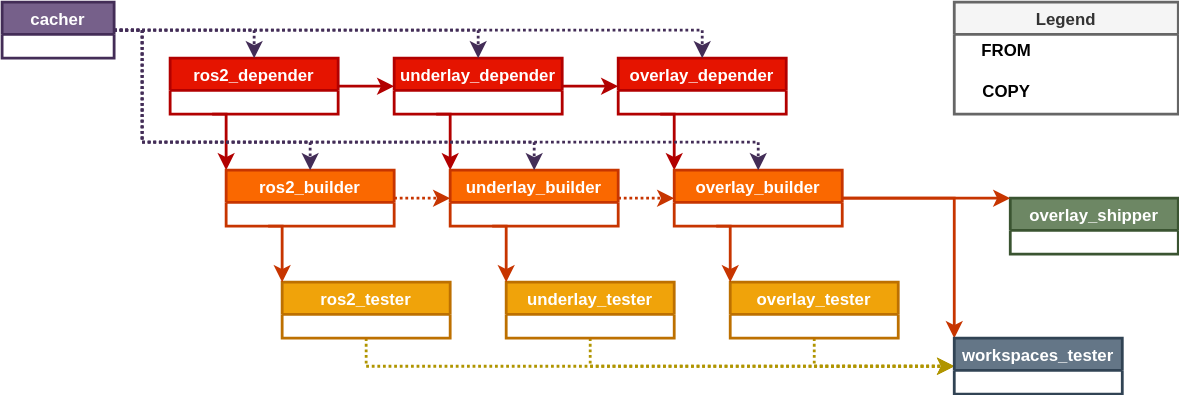
Above: doc/continuous_integration/figs/multistage.svg in ros-navigation/navigation2 (draw.io), before the change. Source tidied: cells renumbered, new cells last; positions are measured from the earlier drawing's top-left corner, leaving out a move shared by most shapes.
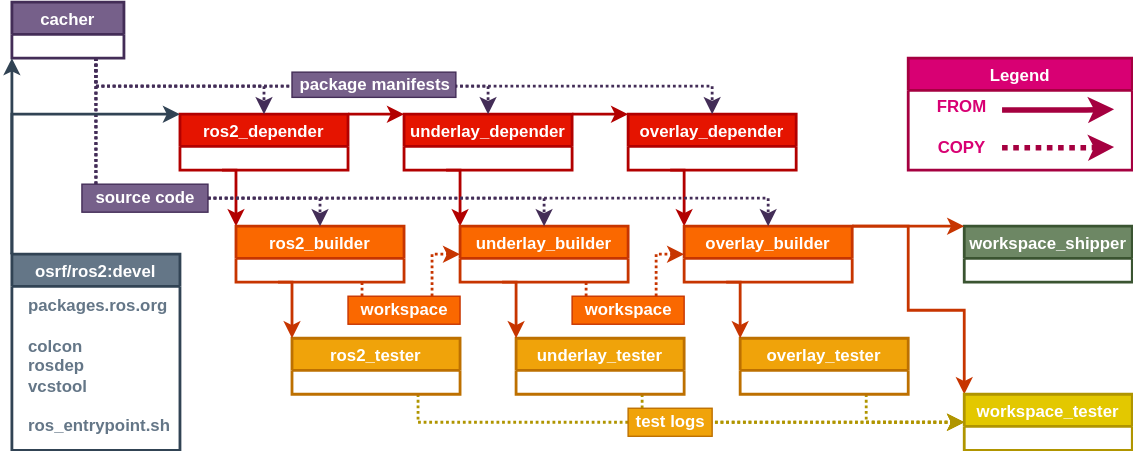
After the change.

Commit message:
Annotate multistage figure

Change to the diagram source:
```diff
@@ -3,13 +3,13 @@
     <mxCell id="0" />
     <mxCell id="1" parent="0" />
     <mxCell id="2" value="cacher" style="swimlane;strokeColor=#432D57;fillColor=#76608a;fontColor=#ffffff;strokeWidth=2;" parent="1" vertex="1">
-      <mxGeometry width="80" height="40" as="geometry" />
+      <mxGeometry y="-40" width="80" height="40" as="geometry" />
     </mxCell>
-    <mxCell id="3" style="edgeStyle=orthogonalEdgeStyle;rounded=0;jettySize=auto;html=1;exitX=1;exitY=0.5;exitDx=0;exitDy=0;fillColor=#e51400;strokeColor=#B20000;entryX=0;entryY=0.5;entryDx=0;entryDy=0;strokeWidth=2;" parent="1" edge="1" source="5" target="8">
+    <mxCell id="3" style="edgeStyle=orthogonalEdgeStyle;rounded=0;jettySize=auto;html=1;exitX=1;exitY=0;exitDx=0;exitDy=0;fillColor=#e51400;strokeColor=#B20000;entryX=0;entryY=0;entryDx=0;entryDy=0;strokeWidth=2;" parent="1" edge="1" source="5" target="8">
       <mxGeometry relative="1" as="geometry">
         <Array as="points">
-          <mxPoint x="280" y="60" />
-          <mxPoint x="280" y="60" />
+          <mxPoint x="260" y="40" />
+          <mxPoint x="260" y="40" />
         </Array>
       </mxGeometry>
     </mxCell>
@@ -23,8 +23,13 @@
     <mxCell id="5" value="ros2_depender" style="swimlane;strokeColor=#B20000;fillColor=#e51400;fontColor=#ffffff;strokeWidth=2;" parent="1" vertex="1">
       <mxGeometry x="120" y="40" width="120" height="40" as="geometry" />
     </mxCell>
-    <mxCell id="6" style="edgeStyle=orthogonalEdgeStyle;rounded=0;jettySize=auto;html=1;exitX=1;exitY=0.5;exitDx=0;exitDy=0;fillColor=#e51400;strokeColor=#B20000;strokeWidth=2;entryX=0;entryY=0.5;entryDx=0;entryDy=0;" parent="1" edge="1" source="8" target="10">
-      <mxGeometry relative="1" as="geometry" />
+    <mxCell id="6" style="edgeStyle=orthogonalEdgeStyle;rounded=0;jettySize=auto;html=1;exitX=1;exitY=0;exitDx=0;exitDy=0;fillColor=#e51400;strokeColor=#B20000;strokeWidth=2;entryX=0;entryY=0;entryDx=0;entryDy=0;" parent="1" edge="1" source="8" target="10">
+      <mxGeometry relative="1" as="geometry">
+        <Array as="points">
+          <mxPoint x="420" y="40" />
+          <mxPoint x="420" y="40" />
+        </Array>
+      </mxGeometry>
     </mxCell>
     <mxCell id="7" style="edgeStyle=orthogonalEdgeStyle;rounded=0;jettySize=auto;html=1;entryX=0;entryY=0;entryDx=0;entryDy=0;fillColor=#e51400;strokeColor=#B20000;exitX=0.25;exitY=1;exitDx=0;exitDy=0;strokeWidth=2;" parent="1" edge="1" source="8" target="14">
       <mxGeometry relative="1" as="geometry">
@@ -46,45 +51,51 @@
     <mxCell id="10" value="overlay_depender" style="swimlane;strokeColor=#B20000;fillColor=#e51400;fontColor=#ffffff;strokeWidth=2;" parent="1" vertex="1">
       <mxGeometry x="440" y="40" width="120" height="40" as="geometry" />
     </mxCell>
-    <mxCell id="11" style="edgeStyle=orthogonalEdgeStyle;rounded=0;jettySize=auto;html=1;exitX=1;exitY=0.5;exitDx=0;exitDy=0;entryX=0;entryY=0.5;entryDx=0;entryDy=0;dashed=1;fillColor=#fa6800;strokeColor=#C73500;strokeWidth=2;dashPattern=1 1;" parent="1" edge="1" source="12" target="14">
+    <mxCell id="11" style="edgeStyle=orthogonalEdgeStyle;rounded=0;jettySize=auto;html=1;exitX=0.75;exitY=1;exitDx=0;exitDy=0;entryX=0;entryY=0.5;entryDx=0;entryDy=0;dashed=1;fillColor=#fa6800;strokeColor=#C73500;strokeWidth=2;dashPattern=1 1;" parent="1" edge="1" source="12" target="14">
       <mxGeometry relative="1" as="geometry" />
     </mxCell>
     <mxCell id="12" value="ros2_builder" style="swimlane;strokeColor=#C73500;fillColor=#fa6800;fontColor=#ffffff;strokeWidth=2;" parent="1" vertex="1">
       <mxGeometry x="160" y="120" width="120" height="40" as="geometry" />
     </mxCell>
-    <mxCell id="13" style="edgeStyle=orthogonalEdgeStyle;rounded=0;jettySize=auto;html=1;exitX=1;exitY=0.5;exitDx=0;exitDy=0;entryX=0;entryY=0.5;entryDx=0;entryDy=0;dashed=1;fillColor=#fa6800;strokeColor=#C73500;strokeWidth=2;dashPattern=1 1;" parent="1" edge="1" source="14" target="16">
+    <mxCell id="13" style="edgeStyle=orthogonalEdgeStyle;rounded=0;jettySize=auto;html=1;exitX=0.75;exitY=1;exitDx=0;exitDy=0;entryX=0;entryY=0.5;entryDx=0;entryDy=0;dashed=1;fillColor=#fa6800;strokeColor=#C73500;strokeWidth=2;dashPattern=1 1;" parent="1" edge="1" source="14" target="16">
       <mxGeometry relative="1" as="geometry" />
     </mxCell>
     <mxCell id="14" value="underlay_builder" style="swimlane;strokeColor=#C73500;fillColor=#fa6800;fontColor=#ffffff;strokeWidth=2;" parent="1" vertex="1">
       <mxGeometry x="320" y="120" width="120" height="40" as="geometry" />
     </mxCell>
-    <mxCell id="15" style="edgeStyle=orthogonalEdgeStyle;rounded=0;jettySize=auto;html=1;exitX=1;exitY=0.5;exitDx=0;exitDy=0;entryX=0;entryY=0;entryDx=0;entryDy=0;strokeColor=#C73500;fillColor=#fa6800;strokeWidth=2;" parent="1" edge="1" source="16" target="26">
-      <mxGeometry relative="1" as="geometry" />
+    <mxCell id="15" style="edgeStyle=orthogonalEdgeStyle;rounded=0;jettySize=auto;html=1;exitX=1;exitY=0;exitDx=0;exitDy=0;entryX=0;entryY=0;entryDx=0;entryDy=0;strokeColor=#C73500;fillColor=#fa6800;strokeWidth=2;" parent="1" edge="1" source="16" target="26">
+      <mxGeometry relative="1" as="geometry">
+        <Array as="points">
+          <mxPoint x="640" y="120" />
+          <mxPoint x="640" y="180" />
+          <mxPoint x="680" y="180" />
+        </Array>
+      </mxGeometry>
     </mxCell>
     <mxCell id="16" value="overlay_builder" style="swimlane;strokeColor=#C73500;fillColor=#fa6800;fontColor=#ffffff;strokeWidth=2;" parent="1" vertex="1">
       <mxGeometry x="480" y="120" width="120" height="40" as="geometry" />
     </mxCell>
-    <mxCell id="17" style="edgeStyle=orthogonalEdgeStyle;rounded=0;jettySize=auto;html=1;exitX=0.5;exitY=1;exitDx=0;exitDy=0;entryX=0;entryY=0.5;entryDx=0;entryDy=0;dashed=1;fillColor=#e3c800;strokeColor=#B09500;strokeWidth=2;dashPattern=1 1;" parent="1" edge="1" source="18" target="26">
+    <mxCell id="17" style="edgeStyle=orthogonalEdgeStyle;rounded=0;jettySize=auto;html=1;exitX=0.75;exitY=1;exitDx=0;exitDy=0;entryX=0;entryY=0.5;entryDx=0;entryDy=0;dashed=1;fillColor=#e3c800;strokeColor=#B09500;strokeWidth=2;dashPattern=1 1;" parent="1" edge="1" source="18" target="26">
       <mxGeometry relative="1" as="geometry">
         <Array as="points">
-          <mxPoint x="260" y="260" />
+          <mxPoint x="290" y="260" />
         </Array>
       </mxGeometry>
     </mxCell>
     <mxCell id="18" value="ros2_tester" style="swimlane;strokeColor=#BD7000;fillColor=#f0a30a;fontColor=#ffffff;strokeWidth=2;" parent="1" vertex="1">
       <mxGeometry x="200" y="200" width="120" height="40" as="geometry" />
     </mxCell>
-    <mxCell id="19" style="edgeStyle=orthogonalEdgeStyle;rounded=0;jettySize=auto;html=1;exitX=0.5;exitY=1;exitDx=0;exitDy=0;entryX=0;entryY=0.5;entryDx=0;entryDy=0;dashed=1;fillColor=#e3c800;strokeColor=#B09500;strokeWidth=2;dashPattern=1 1;" parent="1" edge="1" source="20" target="26">
+    <mxCell id="19" style="edgeStyle=orthogonalEdgeStyle;rounded=0;jettySize=auto;html=1;exitX=0.75;exitY=1;exitDx=0;exitDy=0;entryX=0;entryY=0.5;entryDx=0;entryDy=0;dashed=1;fillColor=#e3c800;strokeColor=#B09500;strokeWidth=2;dashPattern=1 1;" parent="1" edge="1" source="20" target="26">
       <mxGeometry relative="1" as="geometry">
         <Array as="points">
-          <mxPoint x="420" y="260" />
+          <mxPoint x="450" y="260" />
         </Array>
       </mxGeometry>
     </mxCell>
     <mxCell id="20" value="underlay_tester" style="swimlane;strokeColor=#BD7000;fillColor=#f0a30a;fontColor=#ffffff;strokeWidth=2;" parent="1" vertex="1">
       <mxGeometry x="360" y="200" width="120" height="40" as="geometry" />
     </mxCell>
-    <mxCell id="21" style="edgeStyle=orthogonalEdgeStyle;rounded=0;jettySize=auto;html=1;exitX=0.5;exitY=1;exitDx=0;exitDy=0;entryX=0;entryY=0.5;entryDx=0;entryDy=0;dashed=1;fillColor=#e3c800;strokeColor=#B09500;strokeWidth=2;dashPattern=1 1;" parent="1" edge="1" source="22" target="26">
+    <mxCell id="21" style="edgeStyle=orthogonalEdgeStyle;rounded=0;jettySize=auto;html=1;exitX=0.75;exitY=1;exitDx=0;exitDy=0;entryX=0;entryY=0.5;entryDx=0;entryDy=0;dashed=1;fillColor=#e3c800;strokeColor=#B09500;strokeWidth=2;dashPattern=1 1;" parent="1" edge="1" source="22" target="26">
       <mxGeometry relative="1" as="geometry" />
     </mxCell>
     <mxCell id="22" value="overlay_tester" style="swimlane;strokeColor=#BD7000;fillColor=#f0a30a;fontColor=#ffffff;strokeWidth=2;" parent="1" vertex="1">
@@ -104,35 +115,32 @@
         </Array>
       </mxGeometry>
     </mxCell>
-    <mxCell id="25" value="overlay_shipper" style="swimlane;strokeColor=#3A5431;fillColor=#6d8764;fontColor=#ffffff;strokeWidth=2;" parent="1" vertex="1">
-      <mxGeometry x="720" y="140" width="120" height="40" as="geometry" />
+    <mxCell id="25" value="workspace_shipper" style="swimlane;strokeColor=#3A5431;fillColor=#6d8764;fontColor=#ffffff;strokeWidth=2;" parent="1" vertex="1">
+      <mxGeometry x="680" y="120" width="120" height="40" as="geometry" />
     </mxCell>
-    <mxCell id="26" value="workspaces_tester" style="swimlane;strokeColor=#314354;fillColor=#647687;fontColor=#ffffff;strokeWidth=2;" parent="1" vertex="1">
+    <mxCell id="26" value="workspace_tester" style="swimlane;strokeColor=#B09500;fillColor=#e3c800;fontColor=#ffffff;strokeWidth=2;startSize=23;" parent="1" vertex="1">
       <mxGeometry x="680" y="240" width="120" height="40" as="geometry" />
     </mxCell>
-    <mxCell id="27" style="edgeStyle=orthogonalEdgeStyle;rounded=0;jettySize=auto;html=1;exitX=1;exitY=0.5;exitDx=0;exitDy=0;entryX=0.5;entryY=0;entryDx=0;entryDy=0;dashed=1;fillColor=#76608a;strokeColor=#432D57;strokeWidth=2;dashPattern=1 1;" parent="1" edge="1" source="2" target="12">
+    <mxCell id="27" style="edgeStyle=orthogonalEdgeStyle;rounded=0;jettySize=auto;html=1;exitX=0.75;exitY=1;exitDx=0;exitDy=0;entryX=0.5;entryY=0;entryDx=0;entryDy=0;dashed=1;fillColor=#76608a;strokeColor=#432D57;strokeWidth=2;dashPattern=1 1;" parent="1" edge="1" source="2" target="12">
       <mxGeometry relative="1" as="geometry">
         <Array as="points">
-          <mxPoint x="100" y="20" />
-          <mxPoint x="100" y="100" />
+          <mxPoint x="60" y="100" />
           <mxPoint x="220" y="100" />
         </Array>
       </mxGeometry>
     </mxCell>
-    <mxCell id="28" style="edgeStyle=orthogonalEdgeStyle;rounded=0;jettySize=auto;html=1;exitX=1;exitY=0.5;exitDx=0;exitDy=0;entryX=0.5;entryY=0;entryDx=0;entryDy=0;dashed=1;fillColor=#76608a;strokeColor=#432D57;strokeWidth=2;dashPattern=1 1;" parent="1" edge="1" source="2" target="14">
+    <mxCell id="28" style="edgeStyle=orthogonalEdgeStyle;rounded=0;jettySize=auto;html=1;exitX=0.75;exitY=1;exitDx=0;exitDy=0;entryX=0.5;entryY=0;entryDx=0;entryDy=0;dashed=1;fillColor=#76608a;strokeColor=#432D57;strokeWidth=2;dashPattern=1 1;" parent="1" edge="1" source="2" target="14">
       <mxGeometry relative="1" as="geometry">
         <Array as="points">
-          <mxPoint x="100" y="20" />
-          <mxPoint x="100" y="100" />
+          <mxPoint x="60" y="100" />
           <mxPoint x="380" y="100" />
         </Array>
       </mxGeometry>
     </mxCell>
-    <mxCell id="29" style="edgeStyle=orthogonalEdgeStyle;rounded=0;jettySize=auto;html=1;exitX=1;exitY=0.5;exitDx=0;exitDy=0;entryX=0.5;entryY=0;entryDx=0;entryDy=0;dashed=1;fillColor=#76608a;strokeColor=#432D57;strokeWidth=2;dashPattern=1 1;" parent="1" edge="1" source="2" target="16">
+    <mxCell id="29" style="edgeStyle=orthogonalEdgeStyle;rounded=0;jettySize=auto;html=1;exitX=0.75;exitY=1;exitDx=0;exitDy=0;entryX=0.5;entryY=0;entryDx=0;entryDy=0;dashed=1;fillColor=#76608a;strokeColor=#432D57;strokeWidth=2;dashPattern=1 1;" parent="1" edge="1" source="2" target="16">
       <mxGeometry relative="1" as="geometry">
         <Array as="points">
-          <mxPoint x="100" y="20" />
-          <mxPoint x="100" y="100" />
+          <mxPoint x="60" y="100" />
           <mxPoint x="540" y="100" />
         </Array>
       </mxGeometry>
@@ -144,60 +152,99 @@
         </Array>
       </mxGeometry>
     </mxCell>
-    <mxCell id="31" style="edgeStyle=orthogonalEdgeStyle;rounded=0;jettySize=auto;html=1;exitX=1;exitY=0.5;exitDx=0;exitDy=0;dashed=1;entryX=0.5;entryY=0;entryDx=0;entryDy=0;fillColor=#76608a;strokeColor=#432D57;strokeWidth=2;dashPattern=1 1;" parent="1" edge="1" source="2" target="5">
+    <mxCell id="31" style="edgeStyle=orthogonalEdgeStyle;rounded=0;jettySize=auto;html=1;exitX=0.75;exitY=1;exitDx=0;exitDy=0;dashed=1;entryX=0.5;entryY=0;entryDx=0;entryDy=0;fillColor=#76608a;strokeColor=#432D57;strokeWidth=2;dashPattern=1 1;" parent="1" edge="1" source="2" target="5">
       <mxGeometry relative="1" as="geometry">
         <Array as="points">
+          <mxPoint x="60" y="20" />
           <mxPoint x="180" y="20" />
         </Array>
       </mxGeometry>
     </mxCell>
-    <mxCell id="32" style="edgeStyle=orthogonalEdgeStyle;rounded=0;jettySize=auto;html=1;exitX=1;exitY=0.5;exitDx=0;exitDy=0;dashed=1;entryX=0.5;entryY=0;entryDx=0;entryDy=0;fillColor=#76608a;strokeColor=#432D57;strokeWidth=2;dashPattern=1 1;" parent="1" edge="1" source="2" target="8">
+    <mxCell id="32" style="edgeStyle=orthogonalEdgeStyle;rounded=0;jettySize=auto;html=1;exitX=0.75;exitY=1;exitDx=0;exitDy=0;dashed=1;entryX=0.5;entryY=0;entryDx=0;entryDy=0;fillColor=#76608a;strokeColor=#432D57;strokeWidth=2;dashPattern=1 1;" parent="1" edge="1" source="2" target="8">
       <mxGeometry relative="1" as="geometry">
         <Array as="points">
+          <mxPoint x="60" y="20" />
           <mxPoint x="340" y="20" />
         </Array>
       </mxGeometry>
     </mxCell>
-    <mxCell id="33" style="edgeStyle=orthogonalEdgeStyle;rounded=0;jettySize=auto;html=1;exitX=1;exitY=0.5;exitDx=0;exitDy=0;dashed=1;entryX=0.5;entryY=0;entryDx=0;entryDy=0;fillColor=#76608a;strokeColor=#432D57;strokeWidth=2;dashPattern=1 1;" parent="1" edge="1" source="2" target="10">
+    <mxCell id="33" style="edgeStyle=orthogonalEdgeStyle;rounded=0;jettySize=auto;html=1;exitX=0.75;exitY=1;exitDx=0;exitDy=0;dashed=1;entryX=0.5;entryY=0;entryDx=0;entryDy=0;fillColor=#76608a;strokeColor=#432D57;strokeWidth=2;dashPattern=1 1;" parent="1" edge="1" source="2" target="10">
       <mxGeometry relative="1" as="geometry">
         <Array as="points">
+          <mxPoint x="60" y="20" />
           <mxPoint x="500" y="20" />
         </Array>
       </mxGeometry>
     </mxCell>
-    <mxCell id="34" style="edgeStyle=orthogonalEdgeStyle;rounded=0;jettySize=auto;html=1;exitX=1;exitY=0.5;exitDx=0;exitDy=0;entryX=0;entryY=0;entryDx=0;entryDy=0;strokeColor=#C73500;fillColor=#fa6800;strokeWidth=2;" parent="1" edge="1" source="16" target="25">
+    <mxCell id="34" style="edgeStyle=orthogonalEdgeStyle;rounded=0;jettySize=auto;html=1;exitX=1;exitY=0;exitDx=0;exitDy=0;entryX=0;entryY=0;entryDx=0;entryDy=0;strokeColor=#C73500;fillColor=#fa6800;strokeWidth=2;" parent="1" edge="1" source="16" target="25">
       <mxGeometry relative="1" as="geometry">
         <Array as="points">
-          <mxPoint x="700" y="140" />
-          <mxPoint x="700" y="140" />
+          <mxPoint x="663" y="120" />
+          <mxPoint x="663" y="120" />
         </Array>
       </mxGeometry>
     </mxCell>
-    <mxCell id="35" value="Legend" style="swimlane;strokeColor=#666666;fillColor=#f5f5f5;fontColor=#333333;strokeWidth=2;" parent="1" vertex="1">
-      <mxGeometry x="680" width="160" height="80" as="geometry" />
+    <mxCell id="35" value="Legend" style="swimlane;strokeColor=#A50040;fillColor=#d80073;fontColor=#ffffff;strokeWidth=2;" parent="1" vertex="1">
+      <mxGeometry x="640" width="160" height="80" as="geometry" />
     </mxCell>
-    <mxCell id="36" value="&lt;b&gt;FROM&lt;br&gt;&lt;br&gt;COPY&lt;/b&gt;" style="text;html=1;align=center;verticalAlign=middle;" parent="35" vertex="1">
-      <mxGeometry x="12" y="24" width="50" height="50" as="geometry" />
+    <mxCell id="36" value="&lt;b&gt;&lt;font color=&quot;#d80073&quot;&gt;FROM&lt;br&gt;&lt;br&gt;COPY&lt;/font&gt;&lt;/b&gt;" style="text;html=1;align=center;verticalAlign=middle;fillColor=none;strokeColor=none;fontColor=#ffffff;" parent="35" vertex="1">
+      <mxGeometry x="15" y="26" width="45" height="46" as="geometry" />
     </mxCell>
-    <mxCell id="37" style="edgeStyle=orthogonalEdgeStyle;rounded=0;orthogonalLoop=1;jettySize=auto;html=1;entryX=0;entryY=0;entryDx=0;entryDy=0;strokeColor=#FFFFFF;fillColor=#fa6800;strokeWidth=4;dashed=1;dashPattern=1 1;" parent="1" edge="1">
+    <mxCell id="37" style="edgeStyle=orthogonalEdgeStyle;rounded=0;orthogonalLoop=1;jettySize=auto;html=1;entryX=0;entryY=0;entryDx=0;entryDy=0;strokeColor=#A50040;fillColor=#d80073;strokeWidth=4;dashed=1;dashPattern=1 1;" parent="1" edge="1">
       <mxGeometry relative="1" as="geometry">
-        <mxPoint x="747" y="64" as="sourcePoint" />
-        <mxPoint x="827" y="63.5" as="targetPoint" />
+        <mxPoint x="707" y="64" as="sourcePoint" />
+        <mxPoint x="787" y="63.5" as="targetPoint" />
         <Array as="points">
-          <mxPoint x="807" y="63.5" />
-          <mxPoint x="807" y="63.5" />
+          <mxPoint x="767" y="63.5" />
+          <mxPoint x="767" y="63.5" />
         </Array>
       </mxGeometry>
     </mxCell>
-    <mxCell id="38" style="edgeStyle=orthogonalEdgeStyle;rounded=0;orthogonalLoop=1;jettySize=auto;html=1;entryX=0;entryY=0;entryDx=0;entryDy=0;strokeColor=#FFFFFF;fillColor=#fa6800;strokeWidth=4;" parent="1" edge="1">
+    <mxCell id="38" style="edgeStyle=orthogonalEdgeStyle;rounded=0;orthogonalLoop=1;jettySize=auto;html=1;entryX=0;entryY=0;entryDx=0;entryDy=0;strokeColor=#A50040;fillColor=#d80073;strokeWidth=4;" parent="1" edge="1">
       <mxGeometry relative="1" as="geometry">
-        <mxPoint x="747" y="37" as="sourcePoint" />
-        <mxPoint x="827" y="36.5" as="targetPoint" />
+        <mxPoint x="707" y="37" as="sourcePoint" />
+        <mxPoint x="787" y="36.5" as="targetPoint" />
         <Array as="points">
-          <mxPoint x="807" y="36.5" />
-          <mxPoint x="807" y="36.5" />
+          <mxPoint x="767" y="36.5" />
+          <mxPoint x="767" y="36.5" />
         </Array>
       </mxGeometry>
     </mxCell>
+    <mxCell id="39" value="&lt;b&gt;package manifests&lt;/b&gt;" style="text;html=1;align=center;verticalAlign=middle;fillColor=#76608a;strokeColor=#432D57;fontColor=#ffffff;gradientColor=none;" parent="1" vertex="1">
+      <mxGeometry x="200" y="10" width="117" height="18" as="geometry" />
+    </mxCell>
+    <mxCell id="40" value="&lt;b&gt;source code&lt;/b&gt;" style="text;html=1;align=center;verticalAlign=middle;fillColor=#76608a;strokeColor=#432D57;fontColor=#ffffff;gradientColor=none;" parent="1" vertex="1">
+      <mxGeometry x="50" y="90" width="90" height="20" as="geometry" />
+    </mxCell>
+    <mxCell id="41" value="&lt;b&gt;test logs&lt;/b&gt;" style="text;html=1;align=center;verticalAlign=middle;fillColor=#f0a30a;strokeColor=#BD7000;fontColor=#ffffff;" parent="1" vertex="1">
+      <mxGeometry x="440" y="250" width="60" height="20" as="geometry" />
+    </mxCell>
+    <mxCell id="42" value="&lt;b&gt;workspace&lt;/b&gt;" style="text;html=1;align=center;verticalAlign=middle;fillColor=#fa6800;strokeColor=#C73500;fontColor=#ffffff;" parent="1" vertex="1">
+      <mxGeometry x="240" y="170" width="80" height="20" as="geometry" />
+    </mxCell>
+    <mxCell id="43" value="&lt;b&gt;workspace&lt;/b&gt;" style="text;html=1;align=center;verticalAlign=middle;fillColor=#fa6800;strokeColor=#C73500;fontColor=#ffffff;" parent="1" vertex="1">
+      <mxGeometry x="400" y="170" width="80" height="20" as="geometry" />
+    </mxCell>
+    <mxCell id="44" style="edgeStyle=orthogonalEdgeStyle;rounded=0;jettySize=auto;html=1;exitX=0;exitY=0;exitDx=0;exitDy=0;entryX=0;entryY=0;entryDx=0;entryDy=0;strokeWidth=2;fillColor=#647687;strokeColor=#314354;" parent="1" edge="1" source="45" target="5">
+      <mxGeometry relative="1" as="geometry">
+        <Array as="points">
+          <mxPoint y="40" />
+        </Array>
+      </mxGeometry>
+    </mxCell>
+    <mxCell id="45" value="osrf/ros2:devel" style="swimlane;strokeColor=#314354;fillColor=#647687;fontColor=#ffffff;strokeWidth=2;startSize=23;labelBackgroundColor=none;" parent="1" vertex="1">
+      <mxGeometry y="140" width="120" height="140" as="geometry" />
+    </mxCell>
+    <mxCell id="46" value="&lt;font style=&quot;font-size: 12px&quot; color=&quot;#647687&quot;&gt;packages.ros.org&lt;br style=&quot;font-size: 12px&quot;&gt;&lt;br style=&quot;font-size: 12px&quot;&gt;colcon&lt;br style=&quot;font-size: 12px&quot;&gt;rosdep&lt;br style=&quot;font-size: 12px&quot;&gt;vcstool&lt;br style=&quot;font-size: 12px&quot;&gt;&lt;br style=&quot;font-size: 12px&quot;&gt;ros_entrypoint.sh&lt;/font&gt;" style="text;html=1;align=left;verticalAlign=middle;fontStyle=1;labelBackgroundColor=none;fillColor=none;fontSize=12;" parent="45" vertex="1">
+      <mxGeometry x="10" y="30" width="120" height="100" as="geometry" />
+    </mxCell>
+    <mxCell id="47" style="edgeStyle=orthogonalEdgeStyle;rounded=0;jettySize=auto;html=1;exitX=0;exitY=0;exitDx=0;exitDy=0;entryX=0;entryY=1;entryDx=0;entryDy=0;strokeWidth=2;fillColor=#647687;strokeColor=#314354;" parent="1" edge="1" source="45" target="2">
+      <mxGeometry relative="1" as="geometry">
+        <Array as="points">
+          <mxPoint y="70" />
+          <mxPoint y="70" />
+        </Array>
+      </mxGeometry>
+    </mxCell>
   </root>
 </mxGraphModel>
```
